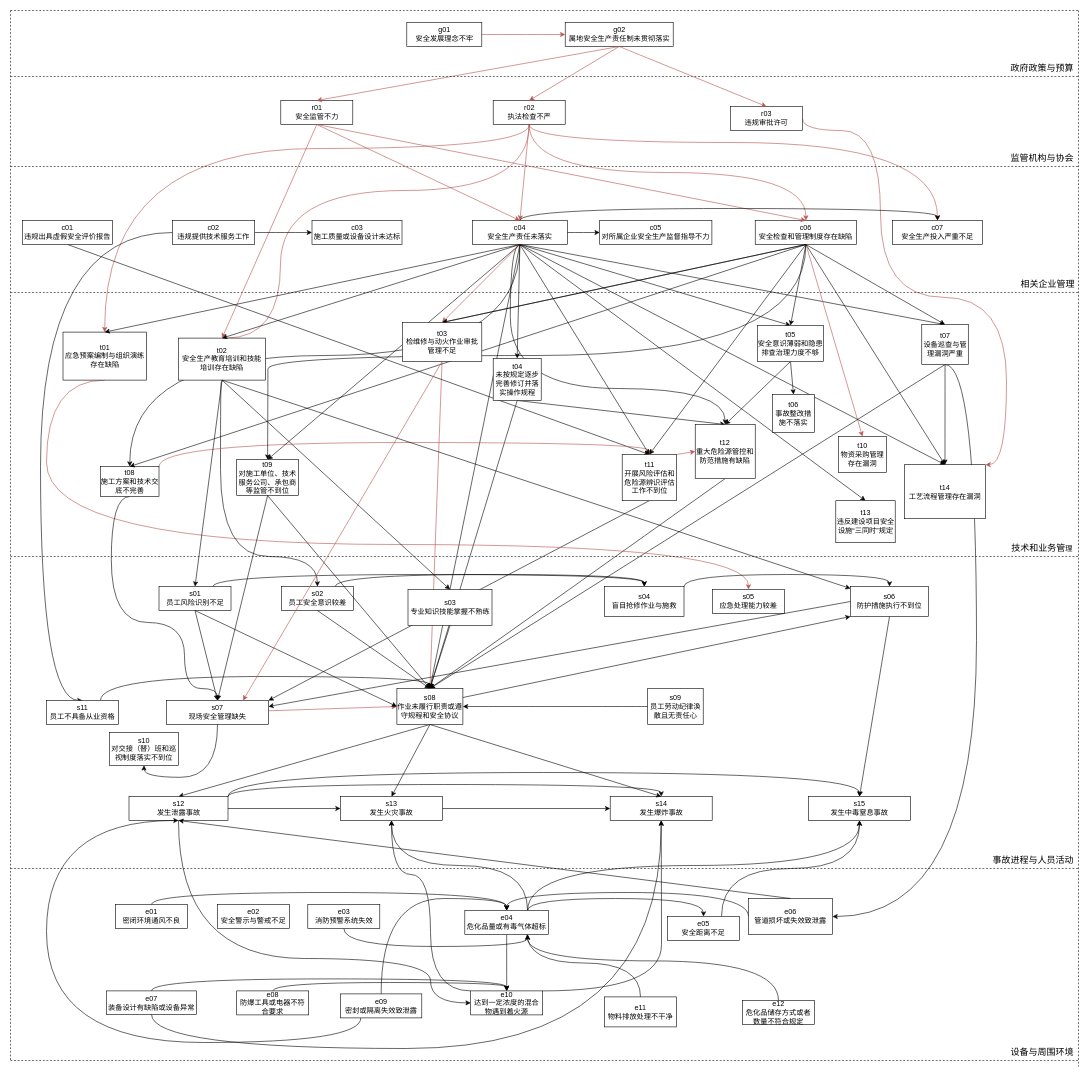
Before: 剔除次数少于5.drawio in fangjiarong/docs, a draw.io diagram. Source tidied: cells renumbered, new cells numbered last; positions are measured from the earlier drawing's top-left corner, leaving out a move shared by most shapes. Both pictures are drawn from the tidied source at 60%, with x=0, y=0 at pixel (10, 10).
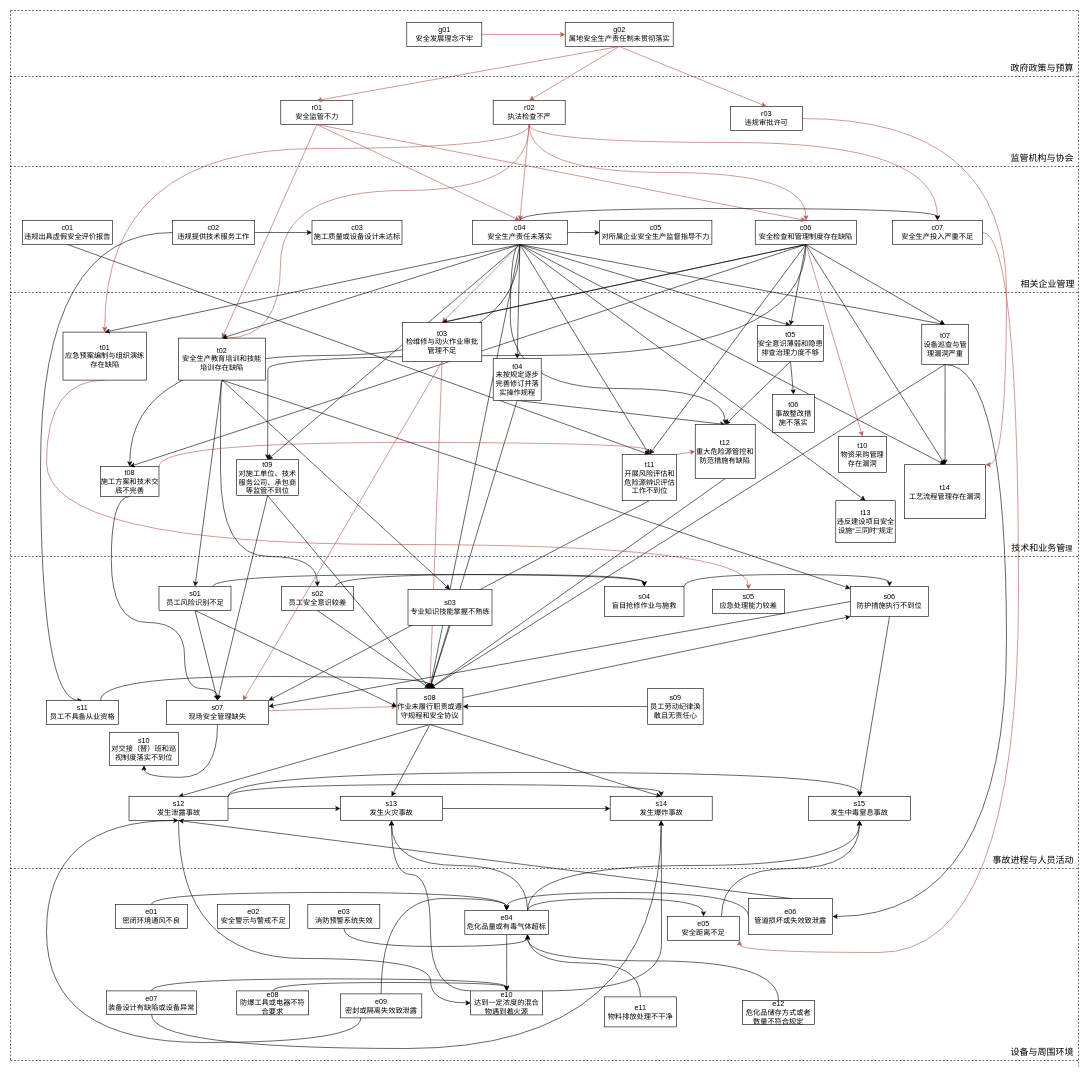
Above is the later version.

Commit message (it also covers changes not shown here):
更新剔除次数少于5.drawio

The change refers to these unchanged cells:
```xml
<mxCell id="68" value="r03&lt;br&gt;违规审批许可" style="rounded=0;whiteSpace=wrap;html=1;" parent="1" vertex="1">
  <mxGeometry x="1200" y="160" width="120" height="40" as="geometry" />
</mxCell>
<mxCell id="69" value="c07&lt;br&gt;安全生产投入严重不足" style="rounded=0;whiteSpace=wrap;html=1;" parent="1" vertex="1">
  <mxGeometry x="1470" y="350" width="150" height="40" as="geometry" />
</mxCell>
<mxCell id="98" value="e05&lt;br&gt;安全距离不足" style="rounded=0;whiteSpace=wrap;html=1;" parent="1" vertex="1">
  <mxGeometry x="1095" y="1510" width="120" height="40" as="geometry" />
</mxCell>
<mxCell id="102" value="e06&lt;br&gt;管道损坏或失效致泄露" style="rounded=0;whiteSpace=wrap;html=1;" parent="1" vertex="1">
  <mxGeometry x="1230" y="1480" width="140" height="60" as="geometry" />
</mxCell>
<mxCell id="107" value="t07&lt;br&gt;设备巡查与管理漏洞严重" style="rounded=0;whiteSpace=wrap;html=1;" parent="1" vertex="1">
  <mxGeometry x="1518.8" y="523.5" width="77.5" height="66.5" as="geometry" />
</mxCell>
<mxCell id="162" value="t14&lt;br&gt;工艺流程管理存在漏洞" style="rounded=0;whiteSpace=wrap;html=1;" parent="1" vertex="1">
  <mxGeometry x="1490" y="757" width="135" height="90" as="geometry" />
</mxCell>
```

The edit, as a diff of the source:
```diff
@@
     <mxCell id="67" style="edgeStyle=orthogonalEdgeStyle;curved=1;rounded=0;jettySize=auto;html=1;exitX=1;exitY=0.5;exitDx=0;exitDy=0;entryX=1;entryY=0;entryDx=0;entryDy=0;fillColor=#f8cecc;strokeColor=#b85450;" parent="1" edge="1" source="68" target="162">
       <mxGeometry relative="1" as="geometry">
         <Array as="points">
-          <mxPoint x="1320" y="200" />
-          <mxPoint x="1450" y="200" />
-          <mxPoint x="1450" y="478" />
-          <mxPoint x="1660" y="478" />
+          <mxPoint x="1660" y="180" />
           <mxPoint x="1660" y="757" />
         </Array>
       </mxGeometry>
     </mxCell>
@@
+    <mxCell id="172" style="edgeStyle=orthogonalEdgeStyle;curved=1;rounded=0;jettySize=auto;html=1;exitX=1;exitY=0.5;exitDx=0;exitDy=0;entryX=1;entryY=1;entryDx=0;entryDy=0;fillColor=#f8cecc;strokeColor=#b85450;" parent="1" edge="1" source="69" target="98">
+      <mxGeometry relative="1" as="geometry">
+        <Array as="points">
+          <mxPoint x="1680" y="370" />
+          <mxPoint x="1680" y="1570" />
+          <mxPoint x="1215" y="1570" />
+        </Array>
+      </mxGeometry>
+    </mxCell>
@@
     <mxCell id="106" style="edgeStyle=orthogonalEdgeStyle;curved=1;rounded=0;jettySize=auto;html=1;exitX=0.5;exitY=1;exitDx=0;exitDy=0;entryX=1;entryY=0.5;entryDx=0;entryDy=0;" parent="1" edge="1" source="107" target="102">
       <mxGeometry relative="1" as="geometry">
         <Array as="points">
-          <mxPoint x="1610" y="590" />
-          <mxPoint x="1610" y="1510" />
+          <mxPoint x="1660" y="590" />
+          <mxPoint x="1660" y="1510" />
         </Array>
       </mxGeometry>
     </mxCell>
```
